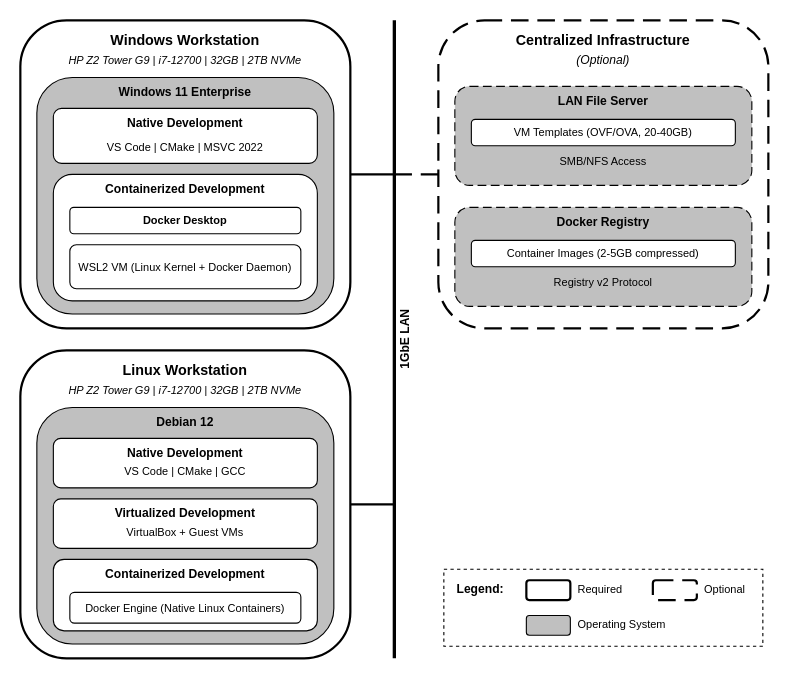
Above: figures/physical-architecture.drawio in andygruber/master-thesis-mcce (draw.io), before the change. Source tidied: cells renumbered, new cells numbered last; positions are measured from the earlier drawing's top-left corner, leaving out a move shared by most shapes. Both pictures are drawn from the tidied source at 110%, with x=0, y=0 at pixel (20, 20).
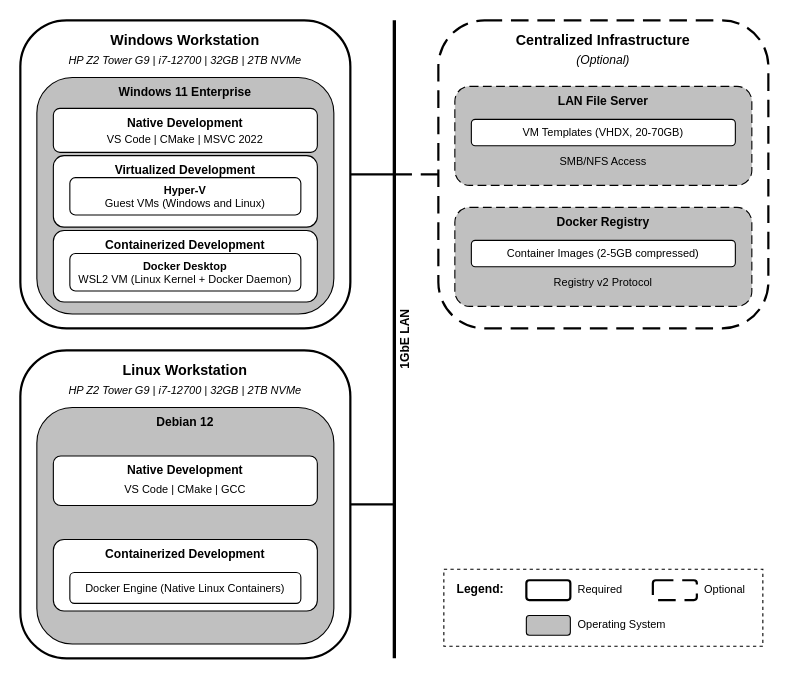
The same diagram, later.

Diff of the diagram source:
```diff
@@
     <mxCell id="6" value="Native Development" style="rounded=1;whiteSpace=wrap;html=1;fillColor=#FFFFFF;strokeColor=#000000;fontSize=11;fontStyle=1;verticalAlign=top;align=center;" parent="1" vertex="1">
-      <mxGeometry x="30" y="80" width="240" height="50" as="geometry" />
+      <mxGeometry x="30" y="80" width="240" height="40" as="geometry" />
     </mxCell>
     <mxCell id="7" value="VS Code | CMake | MSVC 2022" style="text;html=1;strokeColor=none;fillColor=none;align=center;verticalAlign=middle;whiteSpace=wrap;rounded=0;fontSize=10;" parent="1" vertex="1">
-      <mxGeometry x="30" y="105" width="240" height="20" as="geometry" />
+      <mxGeometry x="30" y="98" width="240" height="20" as="geometry" />
     </mxCell>
     <mxCell id="8" value="Containerized Development" style="rounded=1;whiteSpace=wrap;html=1;fillColor=#FFFFFF;strokeColor=#000000;fontSize=11;fontStyle=1;verticalAlign=top;align=center;" parent="1" vertex="1">
-      <mxGeometry x="30" y="140" width="240" height="115" as="geometry" />
+      <mxGeometry x="30" y="191" width="240" height="65" as="geometry" />
     </mxCell>
-    <mxCell id="9" value="Docker Desktop" style="rounded=1;whiteSpace=wrap;html=1;fillColor=#FFFFFF;strokeColor=#000000;fontSize=10;fontStyle=1;" parent="1" vertex="1">
-      <mxGeometry x="45" y="170" width="210" height="24" as="geometry" />
-    </mxCell>
-    <mxCell id="10" value="WSL2 VM (Linux Kernel + Docker Daemon)" style="rounded=1;whiteSpace=wrap;html=1;fillColor=#FFFFFF;strokeColor=#000000;fontSize=10;" parent="1" vertex="1">
-      <mxGeometry x="45" y="204" width="210" height="40" as="geometry" />
+    <mxCell id="10" value="&lt;div&gt;&lt;span style=&quot;font-weight: 700;&quot;&gt;Docker Desktop&lt;/span&gt;&lt;/div&gt;WSL2 VM (Linux Kernel + Docker Daemon)" style="rounded=1;whiteSpace=wrap;html=1;fillColor=#FFFFFF;strokeColor=#000000;fontSize=10;" parent="1" vertex="1">
+      <mxGeometry x="45" y="212" width="210" height="34" as="geometry" />
     </mxCell>
@@
     <mxCell id="15" value="Native Development" style="rounded=1;whiteSpace=wrap;html=1;fillColor=#FFFFFF;strokeColor=#000000;fontSize=11;fontStyle=1;verticalAlign=top;align=center;" parent="1" vertex="1">
-      <mxGeometry x="30" y="380" width="240" height="45" as="geometry" />
+      <mxGeometry x="30" y="396" width="240" height="45" as="geometry" />
     </mxCell>
     <mxCell id="16" value="VS Code | CMake | GCC" style="text;html=1;strokeColor=none;fillColor=none;align=center;verticalAlign=middle;whiteSpace=wrap;rounded=0;fontSize=10;" parent="1" vertex="1">
-      <mxGeometry x="30" y="400" width="240" height="20" as="geometry" />
+      <mxGeometry x="30" y="416" width="240" height="20" as="geometry" />
     </mxCell>
-    <mxCell id="17" value="Virtualized Development" style="rounded=1;whiteSpace=wrap;html=1;fillColor=#FFFFFF;strokeColor=#000000;fontSize=11;fontStyle=1;verticalAlign=top;align=center;" parent="1" vertex="1">
-      <mxGeometry x="30" y="435" width="240" height="45" as="geometry" />
-    </mxCell>
-    <mxCell id="18" value="VirtualBox + Guest VMs" style="text;html=1;strokeColor=none;fillColor=none;align=center;verticalAlign=middle;whiteSpace=wrap;rounded=0;fontSize=10;" parent="1" vertex="1">
-      <mxGeometry x="30" y="455" width="240" height="20" as="geometry" />
-    </mxCell>
     <mxCell id="19" value="Containerized Development" style="rounded=1;whiteSpace=wrap;html=1;fillColor=#FFFFFF;strokeColor=#000000;fontSize=11;fontStyle=1;verticalAlign=top;align=center;" parent="1" vertex="1">
-      <mxGeometry x="30" y="490" width="240" height="65" as="geometry" />
+      <mxGeometry x="30" y="472" width="240" height="65" as="geometry" />
     </mxCell>
     <mxCell id="20" value="Docker Engine (Native Linux Containers)" style="rounded=1;whiteSpace=wrap;html=1;fillColor=#FFFFFF;strokeColor=#000000;fontSize=10;" parent="1" vertex="1">
-      <mxGeometry x="45" y="520" width="210" height="28" as="geometry" />
+      <mxGeometry x="45" y="502" width="210" height="28" as="geometry" />
     </mxCell>
@@
-    <mxCell id="25" value="VM Templates (OVF/OVA, 20-40GB)" style="rounded=1;whiteSpace=wrap;html=1;fillColor=#FFFFFF;strokeColor=#000000;fontSize=10;" parent="1" vertex="1">
+    <mxCell id="25" value="VM Templates (VHDX, 20-70GB)" style="rounded=1;whiteSpace=wrap;html=1;fillColor=#FFFFFF;strokeColor=#000000;fontSize=10;" parent="1" vertex="1">
       <mxGeometry x="410" y="90" width="240" height="24" as="geometry" />
     </mxCell>
@@
+    <mxCell id="17" value="Virtualized Development" style="rounded=1;whiteSpace=wrap;html=1;fillColor=#FFFFFF;strokeColor=#000000;fontSize=11;fontStyle=1;verticalAlign=top;align=center;" parent="1" vertex="1">
+      <mxGeometry x="30" y="123" width="240" height="65" as="geometry" />
+    </mxCell>
+    <mxCell id="43" value="&lt;div&gt;&lt;span style=&quot;font-weight: 700;&quot;&gt;Hyper-V&lt;/span&gt;&lt;/div&gt;Guest VMs (Windows and Linux)" style="rounded=1;whiteSpace=wrap;html=1;fillColor=#FFFFFF;strokeColor=#000000;fontSize=10;" parent="1" vertex="1">
+      <mxGeometry x="45" y="143" width="210" height="34" as="geometry" />
+    </mxCell>
```
